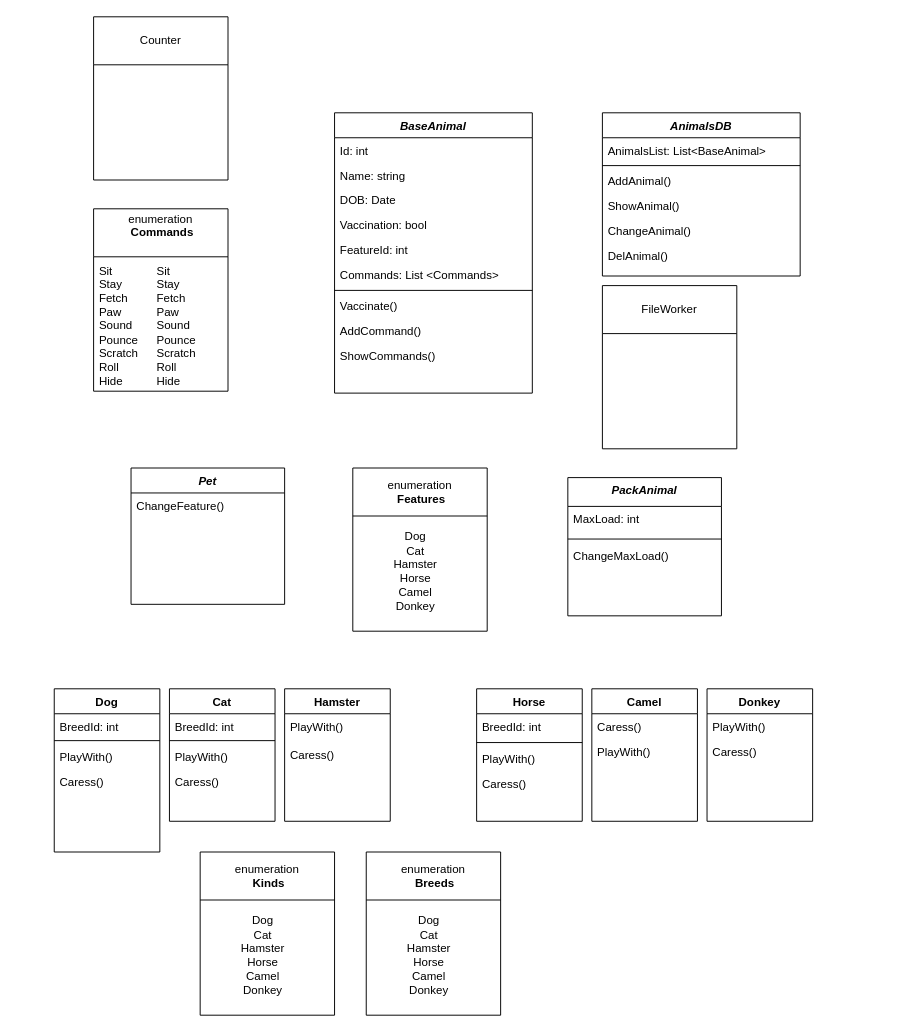
This is HumanFriends/HumanFriends.drawio from ins1der23/Homeworks, a draw.io file, before an edit. Source tidied: cells renumbered, new cells numbered last; positions are measured from the earlier drawing's top-left corner, leaving out a move shared by most shapes. Both pictures are drawn from the tidied source at 96%, with x=0, y=0 at pixel (54, 16).
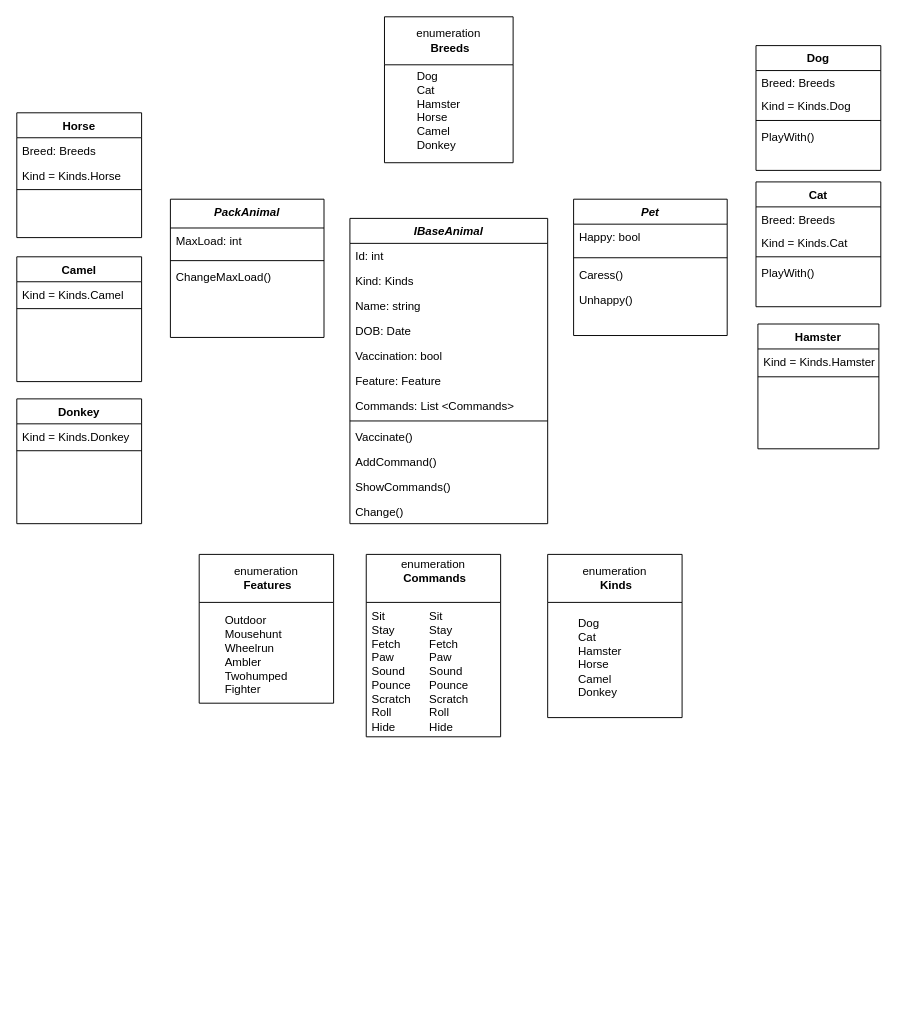
The same page after the edit.

The edit, as a diff of the source:
```diff
@@
-    <mxCell id="2" value="BaseAnimal" style="swimlane;fontStyle=3;align=center;verticalAlign=top;horizontal=1;startSize=26;rounded=0;shadow=0;strokeWidth=1;" parent="1" vertex="1">
-      <mxGeometry x="292" y="100" width="206" height="292" as="geometry" />
+    <mxCell id="2" value="IBaseAnimal" style="swimlane;fontStyle=3;align=center;verticalAlign=top;horizontal=1;startSize=26;rounded=0;shadow=0;strokeWidth=1;" parent="1" vertex="1">
+      <mxGeometry x="308" y="210" width="206" height="318" as="geometry" />
     </mxCell>
@@
+    <mxCell id="61" value="Kind: Kinds&#10;" style="text;align=left;verticalAlign=top;spacingLeft=4;spacingRight=4;overflow=hidden;" parent="2" vertex="1">
+      <mxGeometry y="52" width="206" height="26" as="geometry" />
+    </mxCell>
     <mxCell id="4" value="Name: string&#10;" style="text;align=left;verticalAlign=top;spacingLeft=4;spacingRight=4;overflow=hidden;" parent="2" vertex="1">
-      <mxGeometry y="52" width="206" height="26" as="geometry" />
+      <mxGeometry y="78" width="206" height="26" as="geometry" />
     </mxCell>
     <mxCell id="5" value="DOB: Date&#10;" style="text;align=left;verticalAlign=top;spacingLeft=4;spacingRight=4;overflow=hidden;rounded=0;shadow=0;html=0;" parent="2" vertex="1">
-      <mxGeometry y="78" width="206" height="26" as="geometry" />
+      <mxGeometry y="104" width="206" height="26" as="geometry" />
     </mxCell>
     <mxCell id="6" value="Vaccination: bool&#10;&#10;" style="text;align=left;verticalAlign=top;spacingLeft=4;spacingRight=4;overflow=hidden;rounded=0;shadow=0;html=0;" parent="2" vertex="1">
-      <mxGeometry y="104" width="206" height="26" as="geometry" />
+      <mxGeometry y="130" width="206" height="26" as="geometry" />
     </mxCell>
-    <mxCell id="7" value="FeatureId: int" style="text;align=left;verticalAlign=top;spacingLeft=4;spacingRight=4;overflow=hidden;rounded=0;shadow=0;html=0;" parent="2" vertex="1">
-      <mxGeometry y="130" width="206" height="26" as="geometry" />
+    <mxCell id="7" value="Feature: Feature" style="text;align=left;verticalAlign=top;spacingLeft=4;spacingRight=4;overflow=hidden;rounded=0;shadow=0;html=0;" parent="2" vertex="1">
+      <mxGeometry y="156" width="206" height="26" as="geometry" />
     </mxCell>
     <mxCell id="8" value="Commands: List &lt;Commands&gt;" style="text;align=left;verticalAlign=top;spacingLeft=4;spacingRight=4;overflow=hidden;rounded=0;shadow=0;html=0;" parent="2" vertex="1">
-      <mxGeometry y="156" width="206" height="26" as="geometry" />
+      <mxGeometry y="182" width="206" height="26" as="geometry" />
     </mxCell>
     <mxCell id="9" style="line;html=1;strokeWidth=1;align=left;verticalAlign=middle;spacingTop=-1;spacingLeft=3;spacingRight=3;labelPosition=right;" parent="2" vertex="1">
-      <mxGeometry y="182" width="206" height="6" as="geometry" />
+      <mxGeometry y="208" width="206" height="6" as="geometry" />
     </mxCell>
     <mxCell id="10" value="Vaccinate()&#10;" style="text;align=left;verticalAlign=top;spacingLeft=4;spacingRight=4;overflow=hidden;" parent="2" vertex="1">
-      <mxGeometry y="188" width="206" height="26" as="geometry" />
+      <mxGeometry y="214" width="206" height="26" as="geometry" />
     </mxCell>
     <mxCell id="11" value="AddCommand()" style="text;align=left;verticalAlign=top;spacingLeft=4;spacingRight=4;overflow=hidden;" parent="2" vertex="1">
-      <mxGeometry y="214" width="206" height="26" as="geometry" />
+      <mxGeometry y="240" width="206" height="26" as="geometry" />
     </mxCell>
+    <mxCell id="62" value="ShowCommands()" style="text;align=left;verticalAlign=top;spacingLeft=4;spacingRight=4;overflow=hidden;" parent="2" vertex="1">
+      <mxGeometry y="266" width="206" height="26" as="geometry" />
+    </mxCell>
-    <mxCell id="12" value="ShowCommands()" style="text;align=left;verticalAlign=top;spacingLeft=4;spacingRight=4;overflow=hidden;" parent="2" vertex="1">
-      <mxGeometry y="240" width="206" height="26" as="geometry" />
+    <mxCell id="12" value="Change()" style="text;align=left;verticalAlign=top;spacingLeft=4;spacingRight=4;overflow=hidden;" parent="2" vertex="1">
+      <mxGeometry y="292" width="206" height="26" as="geometry" />
     </mxCell>
     <mxCell id="13" value="Pet&#10;" style="swimlane;fontStyle=3;align=center;verticalAlign=top;horizontal=1;startSize=26;rounded=0;shadow=0;strokeWidth=1;" parent="1" vertex="1">
-      <mxGeometry x="80" y="470" width="160" height="142" as="geometry" />
+      <mxGeometry x="541" y="190" width="160" height="142" as="geometry" />
     </mxCell>
-    <mxCell id="14" value="ChangeFeature()" style="text;align=left;verticalAlign=top;spacingLeft=4;spacingRight=4;overflow=hidden;" parent="13" vertex="1">
-      <mxGeometry y="26" width="160" height="26" as="geometry" />
-    </mxCell>
+    <mxCell id="63" value="Happy: bool" style="text;align=left;verticalAlign=top;spacingLeft=4;spacingRight=4;overflow=hidden;rounded=0;shadow=0;html=0;" parent="13" vertex="1">
+      <mxGeometry y="26" width="160" height="30" as="geometry" />
+    </mxCell>
+    <mxCell id="64" style="line;strokeWidth=1;html=1;" parent="13" vertex="1">
+      <mxGeometry y="56" width="160" height="10" as="geometry" />
+    </mxCell>
+    <mxCell id="65" value="Caress()" style="text;align=left;verticalAlign=top;spacingLeft=4;spacingRight=4;overflow=hidden;" parent="13" vertex="1">
+      <mxGeometry y="66" width="160" height="26" as="geometry" />
+    </mxCell>
+    <mxCell id="66" value="Unhappy()" style="text;align=left;verticalAlign=top;spacingLeft=4;spacingRight=4;overflow=hidden;" parent="13" vertex="1">
+      <mxGeometry y="92" width="160" height="26" as="geometry" />
+    </mxCell>
     <mxCell id="15" value="PackAnimal" style="swimlane;fontStyle=3;align=center;verticalAlign=top;horizontal=1;startSize=30;rounded=0;shadow=0;strokeWidth=1;" parent="1" vertex="1">
-      <mxGeometry x="535" y="480" width="160" height="144" as="geometry" />
+      <mxGeometry x="121" y="190" width="160" height="144" as="geometry" />
     </mxCell>
@@
     <mxCell id="19" value="Dog" style="swimlane;fontStyle=1;align=center;verticalAlign=top;horizontal=1;startSize=26;rounded=0;shadow=0;strokeWidth=1;" parent="1" vertex="1">
-      <mxGeometry y="700" width="110" height="170" as="geometry" />
+      <mxGeometry x="731" y="30" width="130" height="130" as="geometry" />
     </mxCell>
-    <mxCell id="20" value="BreedId: int" style="text;align=left;verticalAlign=top;spacingLeft=4;spacingRight=4;overflow=hidden;rounded=0;shadow=0;html=0;" parent="19" vertex="1">
-      <mxGeometry y="26" width="110" height="24" as="geometry" />
+    <mxCell id="20" value="Breed: Breeds" style="text;align=left;verticalAlign=top;spacingLeft=4;spacingRight=4;overflow=hidden;rounded=0;shadow=0;html=0;" parent="19" vertex="1">
+      <mxGeometry y="26" width="130" height="24" as="geometry" />
     </mxCell>
+    <mxCell id="67" value="Kind = Kinds.Dog" style="text;align=left;verticalAlign=top;spacingLeft=4;spacingRight=4;overflow=hidden;rounded=0;shadow=0;html=0;" parent="19" vertex="1">
+      <mxGeometry y="50" width="130" height="24" as="geometry" />
+    </mxCell>
     <mxCell id="21" style="line;html=1;strokeWidth=1;align=left;verticalAlign=middle;spacingTop=-1;spacingLeft=3;spacingRight=3;labelPosition=right;" parent="19" vertex="1">
-      <mxGeometry y="50" width="110" height="8" as="geometry" />
+      <mxGeometry y="74" width="130" height="8" as="geometry" />
     </mxCell>
     <mxCell id="22" value="PlayWith()" style="text;align=left;verticalAlign=top;spacingLeft=4;spacingRight=4;overflow=hidden;" parent="19" vertex="1">
-      <mxGeometry y="58" width="110" height="26" as="geometry" />
+      <mxGeometry y="82" width="130" height="26" as="geometry" />
     </mxCell>
-    <mxCell id="23" value="Caress()" style="text;align=left;verticalAlign=top;spacingLeft=4;spacingRight=4;overflow=hidden;" parent="19" vertex="1">
-      <mxGeometry y="84" width="110" height="26" as="geometry" />
-    </mxCell>
     <mxCell id="24" value="Cat" style="swimlane;fontStyle=1;align=center;verticalAlign=top;horizontal=1;startSize=26;rounded=0;shadow=0;strokeWidth=1;" parent="1" vertex="1">
-      <mxGeometry x="120" y="700" width="110" height="138" as="geometry" />
+      <mxGeometry x="731" y="172" width="130" height="130" as="geometry" />
     </mxCell>
-    <mxCell id="25" value="BreedId: int" style="text;align=left;verticalAlign=top;spacingLeft=4;spacingRight=4;overflow=hidden;rounded=0;shadow=0;html=0;" parent="24" vertex="1">
-      <mxGeometry y="26" width="110" height="24" as="geometry" />
+    <mxCell id="25" value="Breed: Breeds" style="text;align=left;verticalAlign=top;spacingLeft=4;spacingRight=4;overflow=hidden;rounded=0;shadow=0;html=0;" parent="24" vertex="1">
+      <mxGeometry y="26" width="130" height="24" as="geometry" />
     </mxCell>
+    <mxCell id="68" value="Kind = Kinds.Cat&#10;" style="text;align=left;verticalAlign=top;spacingLeft=4;spacingRight=4;overflow=hidden;rounded=0;shadow=0;html=0;" parent="24" vertex="1">
+      <mxGeometry y="50" width="130" height="24" as="geometry" />
+    </mxCell>
     <mxCell id="26" style="line;html=1;strokeWidth=1;align=left;verticalAlign=middle;spacingTop=-1;spacingLeft=3;spacingRight=3;labelPosition=right;" parent="24" vertex="1">
-      <mxGeometry y="50" width="110" height="8" as="geometry" />
+      <mxGeometry y="74" width="130" height="8" as="geometry" />
     </mxCell>
     <mxCell id="27" value="PlayWith()" style="text;align=left;verticalAlign=top;spacingLeft=4;spacingRight=4;overflow=hidden;" parent="24" vertex="1">
-      <mxGeometry y="58" width="110" height="26" as="geometry" />
+      <mxGeometry y="82" width="130" height="26" as="geometry" />
     </mxCell>
-    <mxCell id="28" value="Caress()" style="text;align=left;verticalAlign=top;spacingLeft=4;spacingRight=4;overflow=hidden;" parent="24" vertex="1">
-      <mxGeometry y="84" width="110" height="26" as="geometry" />
-    </mxCell>
     <mxCell id="29" value="Hamster" style="swimlane;fontStyle=1;align=center;verticalAlign=top;horizontal=1;startSize=26;rounded=0;shadow=0;strokeWidth=1;" parent="1" vertex="1">
-      <mxGeometry x="240" y="700" width="110" height="138" as="geometry" />
+      <mxGeometry x="733" y="320" width="126" height="130" as="geometry" />
     </mxCell>
-    <mxCell id="30" value="PlayWith()" style="text;align=left;verticalAlign=top;spacingLeft=4;spacingRight=4;overflow=hidden;" parent="29" vertex="1">
-      <mxGeometry y="26" width="110" height="30" as="geometry" />
-    </mxCell>
-    <mxCell id="31" value="Caress()" style="text;align=left;verticalAlign=top;spacingLeft=4;spacingRight=4;overflow=hidden;" parent="29" vertex="1">
-      <mxGeometry y="56" width="110" height="26" as="geometry" />
-    </mxCell>
+    <mxCell id="69" value="Kind = Kinds.Hamster&#10;&#10;" style="text;align=left;verticalAlign=top;spacingLeft=4;spacingRight=4;overflow=hidden;rounded=0;shadow=0;html=0;" parent="29" vertex="1">
+      <mxGeometry y="26" width="126" height="24" as="geometry" />
+    </mxCell>
+    <mxCell id="70" style="line;strokeWidth=1;html=1;" parent="29" vertex="1">
+      <mxGeometry y="50" width="126" height="10" as="geometry" />
+    </mxCell>
     <mxCell id="32" value="Horse" style="swimlane;fontStyle=1;align=center;verticalAlign=top;horizontal=1;startSize=26;rounded=0;shadow=0;strokeWidth=1;" parent="1" vertex="1">
-      <mxGeometry x="440" y="700" width="110" height="138" as="geometry" />
+      <mxGeometry x="-39" y="100" width="130" height="130" as="geometry" />
     </mxCell>
-    <mxCell id="33" value="BreedId: int" style="text;align=left;verticalAlign=top;spacingLeft=4;spacingRight=4;overflow=hidden;rounded=0;shadow=0;html=0;" parent="32" vertex="1">
-      <mxGeometry y="26" width="110" height="26" as="geometry" />
+    <mxCell id="33" value="Breed: Breeds" style="text;align=left;verticalAlign=top;spacingLeft=4;spacingRight=4;overflow=hidden;rounded=0;shadow=0;html=0;" parent="32" vertex="1">
+      <mxGeometry y="26" width="130" height="26" as="geometry" />
     </mxCell>
+    <mxCell id="71" value="Kind = Kinds.Horse&#10;&#10;" style="text;align=left;verticalAlign=top;spacingLeft=4;spacingRight=4;overflow=hidden;rounded=0;shadow=0;html=0;" parent="32" vertex="1">
+      <mxGeometry y="52" width="130" height="24" as="geometry" />
+    </mxCell>
     <mxCell id="34" style="line;html=1;strokeWidth=1;align=left;verticalAlign=middle;spacingTop=-1;spacingLeft=3;spacingRight=3;labelPosition=right;" parent="32" vertex="1">
-      <mxGeometry y="52" width="110" height="8" as="geometry" />
+      <mxGeometry y="76" width="130" height="8" as="geometry" />
     </mxCell>
-    <mxCell id="35" value="PlayWith()" style="text;align=left;verticalAlign=top;spacingLeft=4;spacingRight=4;overflow=hidden;" parent="32" vertex="1">
-      <mxGeometry y="60" width="110" height="26" as="geometry" />
-    </mxCell>
-    <mxCell id="36" value="Caress()" style="text;align=left;verticalAlign=top;spacingLeft=4;spacingRight=4;overflow=hidden;" parent="32" vertex="1">
-      <mxGeometry y="86" width="110" height="26" as="geometry" />
-    </mxCell>
     <mxCell id="37" value="Camel" style="swimlane;fontStyle=1;align=center;verticalAlign=top;horizontal=1;startSize=26;rounded=0;shadow=0;strokeWidth=1;" parent="1" vertex="1">
-      <mxGeometry x="560" y="700" width="110" height="138" as="geometry" />
+      <mxGeometry x="-39" y="250" width="130" height="130" as="geometry" />
     </mxCell>
-    <mxCell id="38" value="Caress()" style="text;align=left;verticalAlign=top;spacingLeft=4;spacingRight=4;overflow=hidden;" parent="37" vertex="1">
-      <mxGeometry y="26" width="110" height="26" as="geometry" />
-    </mxCell>
-    <mxCell id="39" value="PlayWith()" style="text;align=left;verticalAlign=top;spacingLeft=4;spacingRight=4;overflow=hidden;" parent="37" vertex="1">
-      <mxGeometry y="52" width="110" height="26" as="geometry" />
-    </mxCell>
+    <mxCell id="72" value="Kind = Kinds.Camel&#10;&#10;" style="text;align=left;verticalAlign=top;spacingLeft=4;spacingRight=4;overflow=hidden;rounded=0;shadow=0;html=0;" parent="37" vertex="1">
+      <mxGeometry y="26" width="130" height="24" as="geometry" />
+    </mxCell>
+    <mxCell id="73" style="line;html=1;strokeWidth=1;align=left;verticalAlign=middle;spacingTop=-1;spacingLeft=3;spacingRight=3;labelPosition=right;" parent="37" vertex="1">
+      <mxGeometry y="50" width="130" height="8" as="geometry" />
+    </mxCell>
     <mxCell id="40" value="Donkey" style="swimlane;fontStyle=1;align=center;verticalAlign=top;horizontal=1;startSize=26;rounded=0;shadow=0;strokeWidth=1;" parent="1" vertex="1">
-      <mxGeometry x="680" y="700" width="110" height="138" as="geometry" />
+      <mxGeometry x="-39" y="398" width="130" height="130" as="geometry" />
     </mxCell>
-    <mxCell id="41" value="PlayWith()" style="text;align=left;verticalAlign=top;spacingLeft=4;spacingRight=4;overflow=hidden;" parent="40" vertex="1">
-      <mxGeometry y="26" width="110" height="26" as="geometry" />
-    </mxCell>
-    <mxCell id="42" value="Caress()" style="text;align=left;verticalAlign=top;spacingLeft=4;spacingRight=4;overflow=hidden;" parent="40" vertex="1">
-      <mxGeometry y="52" width="110" height="26" as="geometry" />
-    </mxCell>
+    <mxCell id="74" value="Kind = Kinds.Donkey&#10;&#10;" style="text;align=left;verticalAlign=top;spacingLeft=4;spacingRight=4;overflow=hidden;rounded=0;shadow=0;html=0;" parent="40" vertex="1">
+      <mxGeometry y="26" width="130" height="24" as="geometry" />
+    </mxCell>
+    <mxCell id="75" style="line;html=1;strokeWidth=1;align=left;verticalAlign=middle;spacingTop=-1;spacingLeft=3;spacingRight=3;labelPosition=right;" parent="40" vertex="1">
+      <mxGeometry y="50" width="130" height="8" as="geometry" />
+    </mxCell>
     <mxCell id="43" value="enumeration&lt;div&gt;&amp;nbsp;&lt;b&gt;Commands&lt;/b&gt;&lt;div&gt;&lt;br&gt;&lt;/div&gt;&lt;/div&gt;" style="swimlane;whiteSpace=wrap;html=1;startSize=50;fontStyle=0;" parent="1" vertex="1">
-      <mxGeometry x="41" y="200" width="140" height="190" as="geometry" />
+      <mxGeometry x="325" y="560" width="140" height="190" as="geometry" />
     </mxCell>
@@
-    <mxCell id="46" value="Counter" style="swimlane;whiteSpace=wrap;html=1;startSize=50;fontStyle=0;" parent="1" vertex="1">
-      <mxGeometry x="41" width="140" height="170" as="geometry" />
-    </mxCell>
-    <mxCell id="47" value="AnimalsDB&#10;" style="swimlane;fontStyle=3;align=center;verticalAlign=top;horizontal=1;startSize=26;rounded=0;shadow=0;strokeWidth=1;" parent="1" vertex="1">
-      <mxGeometry x="571" y="100" width="206" height="170" as="geometry" />
-    </mxCell>
-    <mxCell id="48" value="AnimalsList: List&lt;BaseAnimal&gt;" style="text;align=left;verticalAlign=top;spacingLeft=4;spacingRight=4;overflow=hidden;" parent="47" vertex="1">
-      <mxGeometry y="26" width="206" height="26" as="geometry" />
-    </mxCell>
-    <mxCell id="49" style="line;html=1;strokeWidth=1;align=left;verticalAlign=middle;spacingTop=-1;spacingLeft=3;spacingRight=3;labelPosition=right;" parent="47" vertex="1">
-      <mxGeometry y="52" width="206" height="6" as="geometry" />
-    </mxCell>
-    <mxCell id="50" value="AddAnimal()" style="text;align=left;verticalAlign=top;spacingLeft=4;spacingRight=4;overflow=hidden;" parent="47" vertex="1">
-      <mxGeometry y="58" width="206" height="26" as="geometry" />
-    </mxCell>
-    <mxCell id="51" value="ShowAnimal()" style="text;align=left;verticalAlign=top;spacingLeft=4;spacingRight=4;overflow=hidden;" parent="47" vertex="1">
-      <mxGeometry y="84" width="206" height="26" as="geometry" />
-    </mxCell>
-    <mxCell id="52" value="ChangeAnimal()" style="text;align=left;verticalAlign=top;spacingLeft=4;spacingRight=4;overflow=hidden;" parent="47" vertex="1">
-      <mxGeometry y="110" width="206" height="26" as="geometry" />
-    </mxCell>
-    <mxCell id="53" value="DelAnimal()" style="text;align=left;verticalAlign=top;spacingLeft=4;spacingRight=4;overflow=hidden;" parent="47" vertex="1">
-      <mxGeometry y="136" width="206" height="26" as="geometry" />
-    </mxCell>
     <mxCell id="54" value="enumeration&lt;div&gt;&amp;nbsp;&lt;b&gt;Breeds&lt;/b&gt;&lt;/div&gt;" style="swimlane;whiteSpace=wrap;html=1;startSize=50;fontStyle=0;" parent="1" vertex="1">
-      <mxGeometry x="325" y="870" width="140" height="170" as="geometry" />
+      <mxGeometry x="344" width="134" height="152" as="geometry" />
     </mxCell>
-    <mxCell id="55" value="Dog&lt;div&gt;Cat&lt;/div&gt;&lt;div&gt;Hamster&lt;/div&gt;&lt;div&gt;Horse&lt;/div&gt;&lt;div&gt;Camel&lt;/div&gt;&lt;div&gt;Donkey&lt;/div&gt;&lt;div&gt;&lt;br&gt;&lt;/div&gt;" style="text;html=1;align=center;verticalAlign=middle;strokeColor=none;fillColor=none;" parent="54" vertex="1">
-      <mxGeometry x="30" y="60" width="70" height="110" as="geometry" />
+    <mxCell id="55" value="Dog&lt;div&gt;Cat&lt;/div&gt;&lt;div&gt;Hamster&lt;/div&gt;&lt;div&gt;Horse&lt;/div&gt;&lt;div&gt;Camel&lt;/div&gt;&lt;div&gt;Donkey&lt;/div&gt;&lt;div&gt;&lt;br&gt;&lt;/div&gt;" style="text;html=1;align=left;verticalAlign=middle;strokeColor=none;fillColor=none;" parent="54" vertex="1">
+      <mxGeometry x="32" y="50" width="70" height="110" as="geometry" />
     </mxCell>
-    <mxCell id="56" value="FileWorker" style="swimlane;whiteSpace=wrap;html=1;startSize=50;fontStyle=0;" parent="1" vertex="1">
-      <mxGeometry x="571" y="280" width="140" height="170" as="geometry" />
-    </mxCell>
     <mxCell id="57" value="enumeration&lt;div&gt;&amp;nbsp;&lt;b&gt;Kinds&lt;/b&gt;&lt;/div&gt;" style="swimlane;whiteSpace=wrap;html=1;startSize=50;fontStyle=0;" parent="1" vertex="1">
-      <mxGeometry x="152" y="870" width="140" height="170" as="geometry" />
+      <mxGeometry x="514" y="560" width="140" height="170" as="geometry" />
     </mxCell>
-    <mxCell id="58" value="Dog&lt;div&gt;Cat&lt;/div&gt;&lt;div&gt;Hamster&lt;/div&gt;&lt;div&gt;Horse&lt;/div&gt;&lt;div&gt;Camel&lt;/div&gt;&lt;div&gt;Donkey&lt;/div&gt;&lt;div&gt;&lt;br&gt;&lt;/div&gt;" style="text;html=1;align=center;verticalAlign=middle;strokeColor=none;fillColor=none;" parent="57" vertex="1">
+    <mxCell id="58" value="Dog&lt;div&gt;Cat&lt;/div&gt;&lt;div&gt;Hamster&lt;/div&gt;&lt;div&gt;Horse&lt;/div&gt;&lt;div&gt;Camel&lt;/div&gt;&lt;div&gt;Donkey&lt;/div&gt;&lt;div&gt;&lt;br&gt;&lt;/div&gt;" style="text;html=1;align=left;verticalAlign=middle;strokeColor=none;fillColor=none;" parent="57" vertex="1">
       <mxGeometry x="30" y="60" width="70" height="110" as="geometry" />
     </mxCell>
     <mxCell id="59" value="enumeration&lt;div&gt;&amp;nbsp;&lt;b&gt;Features&lt;/b&gt;&lt;/div&gt;" style="swimlane;whiteSpace=wrap;html=1;startSize=50;fontStyle=0;" parent="1" vertex="1">
-      <mxGeometry x="311" y="470" width="140" height="170" as="geometry" />
+      <mxGeometry x="151" y="560" width="140" height="155" as="geometry" />
     </mxCell>
-    <mxCell id="60" value="Dog&lt;div&gt;Cat&lt;/div&gt;&lt;div&gt;Hamster&lt;/div&gt;&lt;div&gt;Horse&lt;/div&gt;&lt;div&gt;Camel&lt;/div&gt;&lt;div&gt;Donkey&lt;/div&gt;&lt;div&gt;&lt;br&gt;&lt;/div&gt;" style="text;html=1;align=center;verticalAlign=middle;strokeColor=none;fillColor=none;" parent="59" vertex="1">
-      <mxGeometry x="30" y="60" width="70" height="110" as="geometry" />
+    <mxCell id="60" value="&lt;div&gt;Outdoor&lt;/div&gt;&lt;div&gt;Mousehunt&lt;/div&gt;&lt;div&gt;Wheelrun&lt;/div&gt;&lt;div&gt;Ambler&lt;/div&gt;&lt;div&gt;Twohumped&lt;/div&gt;&lt;div&gt;Fighter&lt;/div&gt;" style="text;html=1;align=left;verticalAlign=middle;strokeColor=none;fillColor=none;" parent="59" vertex="1">
+      <mxGeometry x="25" y="55" width="90" height="100" as="geometry" />
     </mxCell>
```
